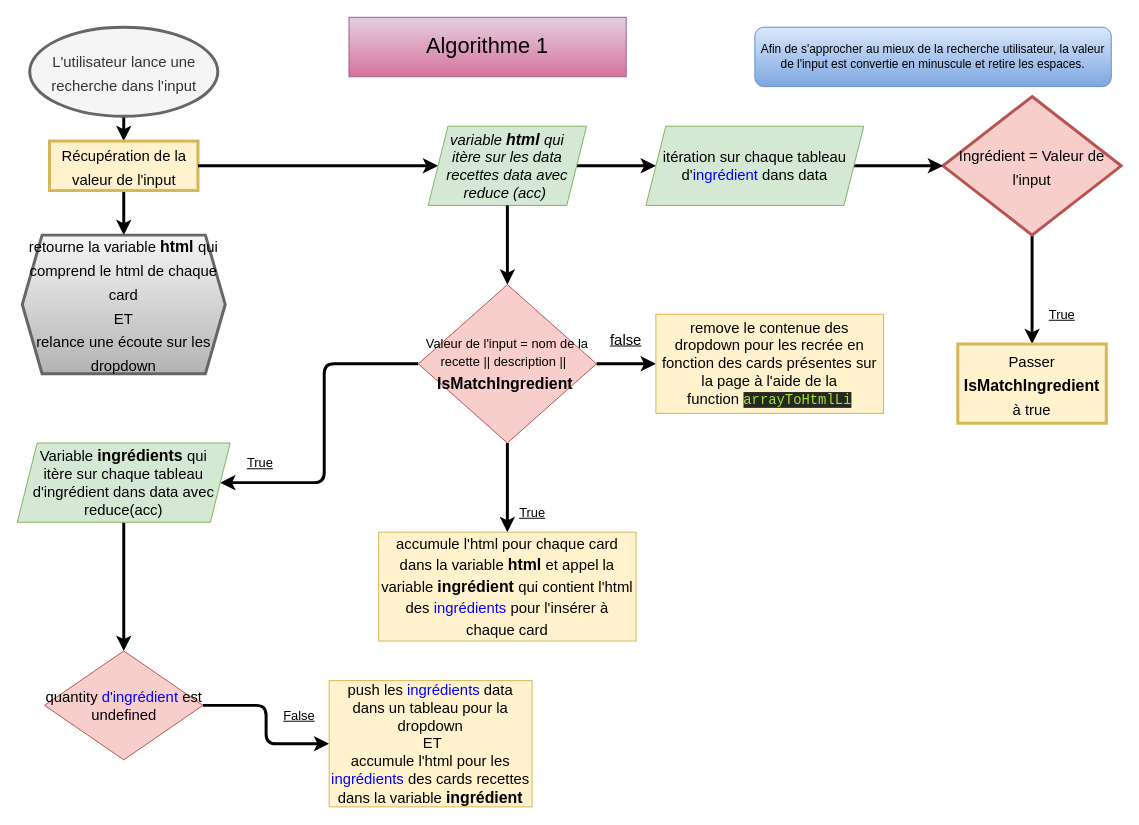
The draw.io diagram page "Page-1" (1 of 2) of Untitled Diagram.drawio in kbosc/KevinBosc_7_21-10-2021, before the edit. Source tidied: cells renumbered, new cells numbered last; positions are measured from the earlier drawing's top-left corner, leaving out a move shared by most shapes. Both pictures are drawn from the tidied source at 99%, with x=0, y=0 at pixel (17, 17).
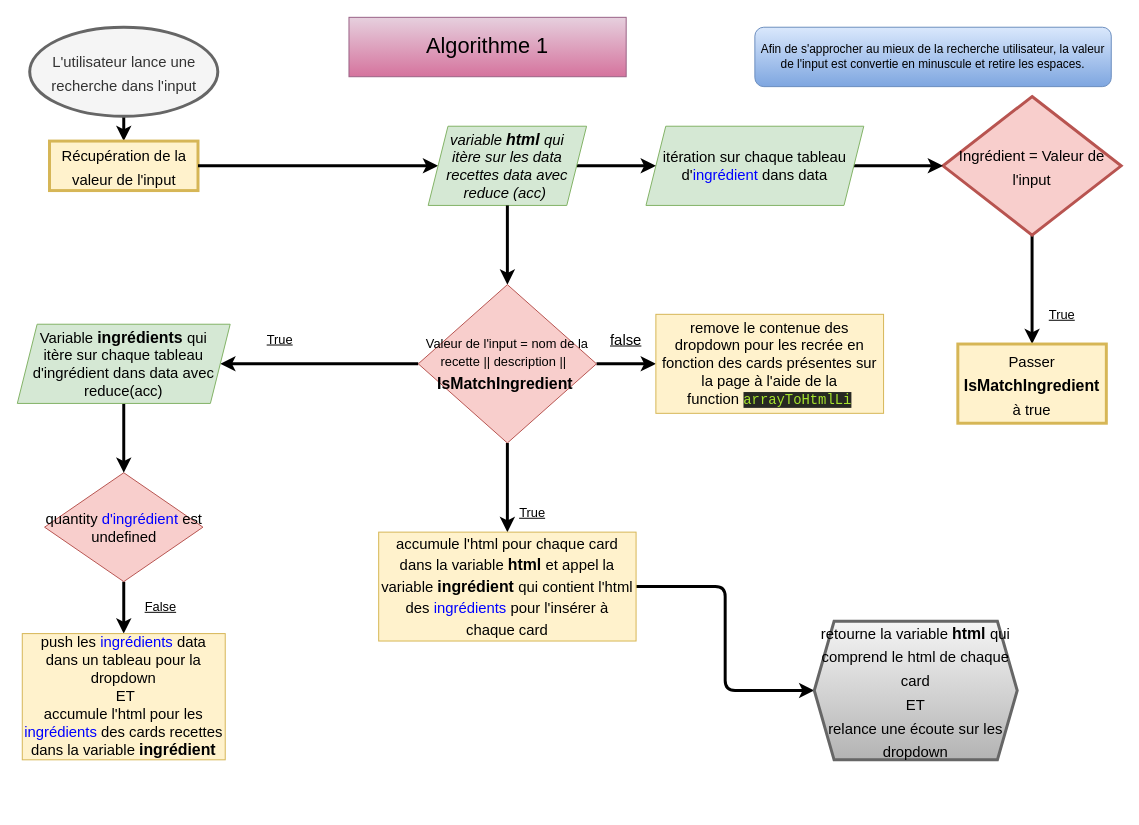
The same page after the edit.

Commit message:
Mettre à jour Untitled Diagram.drawio

Unchanged cells that the change refers to:
```xml
<mxCell id="5" value="&lt;font style=&quot;font-size: 15px&quot;&gt;Récupération de la valeur de l'input&lt;/font&gt;" style="whiteSpace=wrap;html=1;rounded=0;fontSize=20;strokeWidth=3;fillColor=#fff2cc;strokeColor=#d6b656;" parent="1" vertex="1">
  <mxGeometry x="32.5" y="125" width="150" height="50" as="geometry" />
</mxCell>
<mxCell id="26" value="&lt;font&gt;&lt;span style=&quot;font-size: 15px&quot;&gt;accumule l'html pour chaque card dans la variable &lt;/span&gt;&lt;b&gt;&lt;font style=&quot;font-size: 16px&quot;&gt;html &lt;/font&gt;&lt;/b&gt;&lt;span style=&quot;font-size: 15px&quot;&gt;et appel la variable &lt;/span&gt;&lt;b&gt;&lt;font style=&quot;font-size: 16px&quot;&gt;ingrédient &lt;/font&gt;&lt;/b&gt;&lt;span style=&quot;font-size: 15px&quot;&gt;qui contient l'html des &lt;font color=&quot;#0000ff&quot;&gt;ingrédients &lt;/font&gt;pour l'insérer à chaque card&lt;/span&gt;&lt;/font&gt;" style="rounded=0;whiteSpace=wrap;html=1;fontSize=18;align=center;fillColor=#fff2cc;strokeColor=#d6b656;" parent="1" vertex="1">
  <mxGeometry x="365" y="520" width="260" height="110" as="geometry" />
</mxCell>
```

What changed in the source:
```diff
@@
-    <mxCell id="4" style="edgeStyle=orthogonalEdgeStyle;rounded=1;jettySize=auto;html=1;fontSize=16;fontColor=#0000FF;strokeWidth=3;" parent="1" edge="1" source="5" target="30">
-      <mxGeometry relative="1" as="geometry" />
-    </mxCell>
@@
     <mxCell id="19" value="quantity &lt;font color=&quot;#0000ff&quot;&gt;d'ingrédient &lt;/font&gt;est undefined" style="rhombus;whiteSpace=wrap;html=1;fontSize=15;strokeColor=#b85450;fillColor=#f8cecc;" parent="1" vertex="1">
-      <mxGeometry x="27.5" y="640" width="160" height="110" as="geometry" />
+      <mxGeometry x="27.5" y="460" width="160" height="110" as="geometry" />
     </mxCell>
     <mxCell id="20" value="&lt;u&gt;False&lt;/u&gt;" style="text;html=1;strokeColor=none;fillColor=none;align=center;verticalAlign=middle;whiteSpace=wrap;rounded=0;fontSize=13;" parent="1" vertex="1">
-      <mxGeometry x="255" y="690" width="60" height="30" as="geometry" />
+      <mxGeometry x="115" y="580" width="60" height="30" as="geometry" />
     </mxCell>
     <mxCell id="21" value="&lt;u&gt;True&lt;/u&gt;" style="text;html=1;align=center;verticalAlign=middle;strokeColor=none;fillColor=none;fontSize=13;" parent="1" vertex="1">
-      <mxGeometry x="225" y="440" width="40" height="20" as="geometry" />
+      <mxGeometry x="245" y="315" width="40" height="20" as="geometry" />
     </mxCell>
@@
     <mxCell id="23" value="Variable &lt;b&gt;&lt;font style=&quot;font-size: 16px&quot;&gt;ingrédients&amp;nbsp;&lt;/font&gt;&lt;/b&gt;qui itère&amp;nbsp;sur chaque tableau d'ingrédient dans data avec reduce(acc)" style="shape=parallelogram;perimeter=parallelogramPerimeter;whiteSpace=wrap;html=1;fixedSize=1;fontSize=15;strokeColor=#82b366;fillColor=#d5e8d4;" parent="1" vertex="1">
-      <mxGeometry y="430" width="215" height="80" as="geometry" />
+      <mxGeometry y="310" width="215" height="80" as="geometry" />
     </mxCell>
     <mxCell id="24" value="push les &lt;font color=&quot;#0000ff&quot;&gt;ingrédients &lt;/font&gt;data dans un tableau pour la dropdown&lt;br&gt;&amp;nbsp;ET&lt;br&gt;accumule l'html pour les &lt;font color=&quot;#0000ff&quot;&gt;ingrédients &lt;/font&gt;des cards recettes dans la variable &lt;b&gt;&lt;font style=&quot;font-size: 16px&quot;&gt;ingrédient&lt;/font&gt;&lt;/b&gt;" style="whiteSpace=wrap;html=1;fontSize=15;strokeColor=#d6b656;fillColor=#fff2cc;" parent="1" vertex="1">
-      <mxGeometry x="315" y="670" width="205" height="127.5" as="geometry" />
+      <mxGeometry x="5" y="622.5" width="205" height="127.5" as="geometry" />
     </mxCell>
@@
+    <mxCell id="34" style="edgeStyle=orthogonalEdgeStyle;rounded=1;jettySize=auto;html=1;strokeWidth=3;" parent="1" edge="1" source="26" target="30">
+      <mxGeometry relative="1" as="geometry" />
+    </mxCell>
@@
     <mxCell id="30" value="&lt;font&gt;&lt;span style=&quot;font-size: 15px&quot;&gt;retourne la variable &lt;/span&gt;&lt;b&gt;&lt;font style=&quot;font-size: 16px&quot;&gt;html &lt;/font&gt;&lt;/b&gt;&lt;span style=&quot;font-size: 15px&quot;&gt;qui comprend le html de chaque card&lt;br&gt;ET&lt;br&gt;relance une écoute sur les dropdown&lt;br&gt;&lt;/span&gt;&lt;/font&gt;" style="shape=hexagon;perimeter=hexagonPerimeter2;whiteSpace=wrap;html=1;fixedSize=1;rounded=0;fontSize=20;strokeWidth=3;fillColor=#f5f5f5;gradientColor=#b3b3b3;strokeColor=#666666;" parent="1" vertex="1">
-      <mxGeometry x="5" y="220" width="205" height="140" as="geometry" />
+      <mxGeometry x="805" y="610" width="205" height="140" as="geometry" />
     </mxCell>
```
